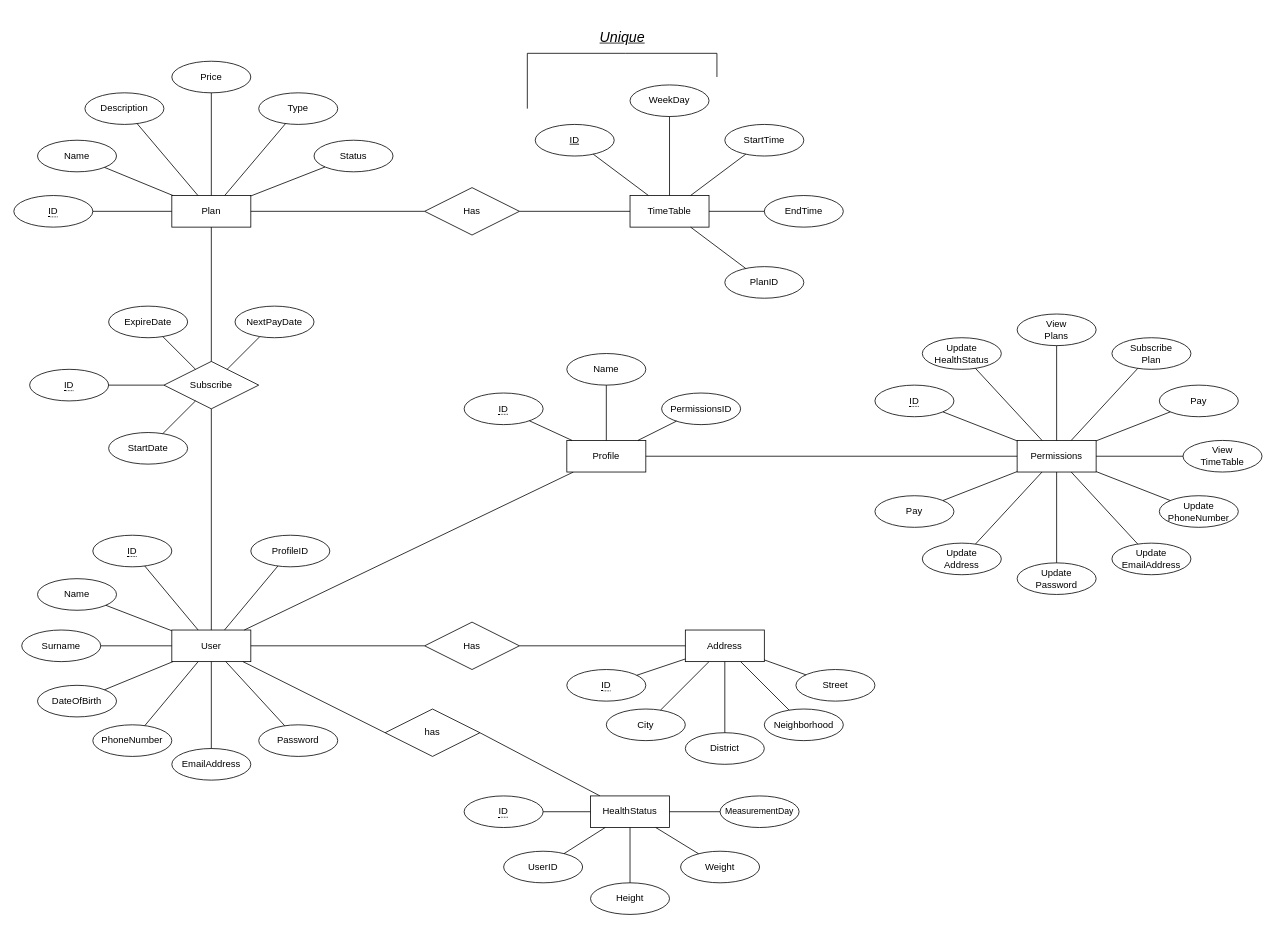
Before: ER_Diagram.drawio in batuhannoz/sports-club-management, a draw.io diagram. Source tidied: cells renumbered, new cells numbered last; positions are measured from the earlier drawing's top-left corner, leaving out a move shared by most shapes. Both pictures are drawn from the tidied source at 79%, with x=0, y=0 at pixel (13, 13).
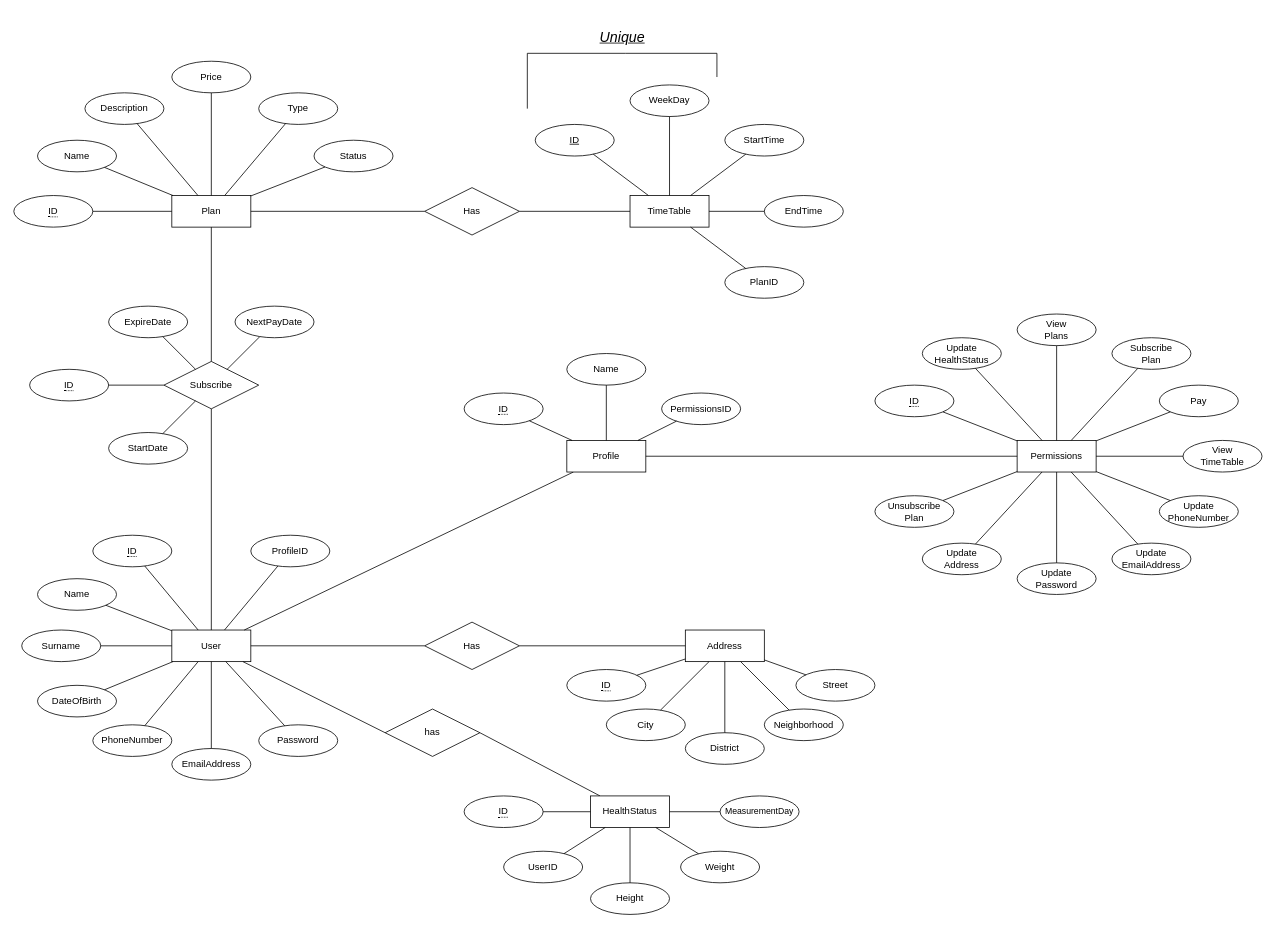
Above is the later version.

Change to the diagram source:
```diff
@@
-    <mxCell id="120" value="Pay" style="ellipse;whiteSpace=wrap;html=1;align=center;" parent="1" vertex="1">
+    <mxCell id="120" value="Unsubscribe&lt;br style=&quot;border-color: var(--border-color);&quot;&gt;Plan" style="ellipse;whiteSpace=wrap;html=1;align=center;" parent="1" vertex="1">
       <mxGeometry x="1090" y="610" width="100" height="40" as="geometry" />
     </mxCell>
```
